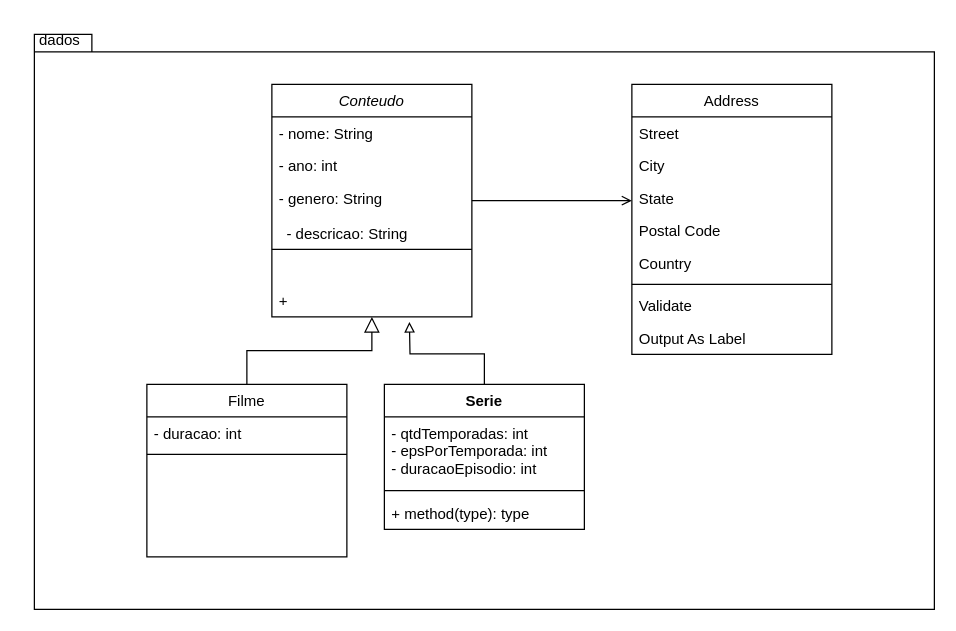
The draw.io diagram trabalhoPOO.drawio in ViniciusHansen/diagramas, before the edit. Source tidied: cells renumbered, new cells numbered last; positions are measured from the earlier drawing's top-left corner, leaving out a move shared by most shapes. Both pictures are drawn from the tidied source at 125%, with x=0, y=0 at pixel (21, 21).
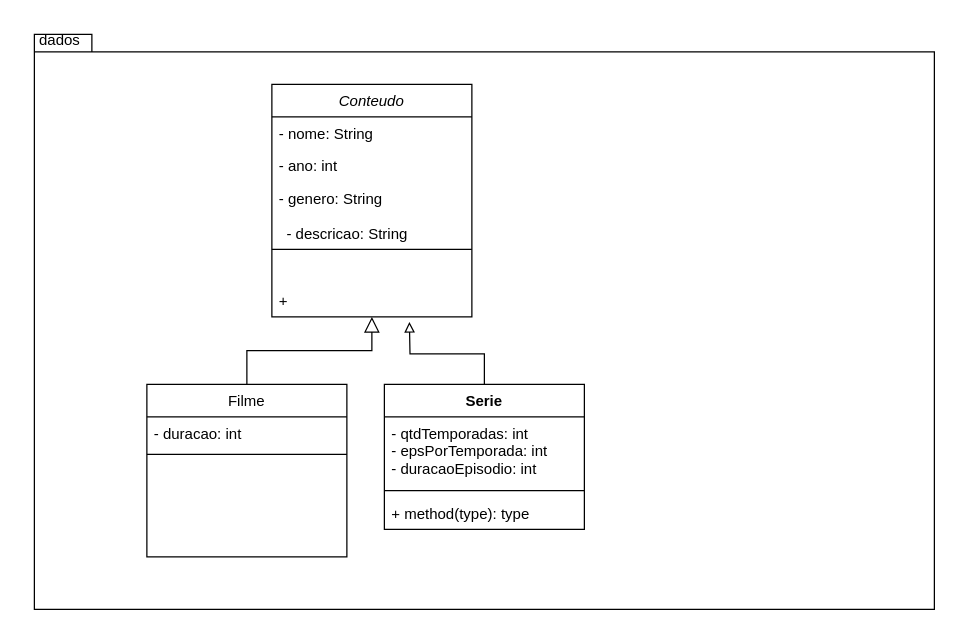
The same diagram, later.

Unchanged cells that the change refers to:
```xml
<mxCell id="3" value="Conteudo" style="swimlane;fontStyle=2;align=center;verticalAlign=top;horizontal=1;startSize=26;rounded=0;shadow=0;strokeWidth=1;" parent="1" vertex="1">
  <mxGeometry x="200" y="50" width="160" height="186" as="geometry" />
</mxCell>
```

Change to the diagram source:
```diff
@@
-    <mxCell id="13" value="Address" style="swimlane;fontStyle=0;align=center;verticalAlign=top;horizontal=1;startSize=26;rounded=0;shadow=0;strokeWidth=1;" parent="1" vertex="1">
-      <mxGeometry x="488" y="50" width="160" height="216" as="geometry" />
-    </mxCell>
-    <mxCell id="14" value="Street" style="text;align=left;verticalAlign=top;spacingLeft=4;spacingRight=4;overflow=hidden;" parent="13" vertex="1">
-      <mxGeometry y="26" width="160" height="26" as="geometry" />
-    </mxCell>
-    <mxCell id="15" value="City" style="text;align=left;verticalAlign=top;spacingLeft=4;spacingRight=4;overflow=hidden;rounded=0;shadow=0;html=0;" parent="13" vertex="1">
-      <mxGeometry y="52" width="160" height="26" as="geometry" />
-    </mxCell>
-    <mxCell id="16" value="State" style="text;align=left;verticalAlign=top;spacingLeft=4;spacingRight=4;overflow=hidden;rounded=0;shadow=0;html=0;" parent="13" vertex="1">
-      <mxGeometry y="78" width="160" height="26" as="geometry" />
-    </mxCell>
-    <mxCell id="17" value="Postal Code" style="text;align=left;verticalAlign=top;spacingLeft=4;spacingRight=4;overflow=hidden;rounded=0;shadow=0;html=0;" parent="13" vertex="1">
-      <mxGeometry y="104" width="160" height="26" as="geometry" />
-    </mxCell>
-    <mxCell id="18" value="Country" style="text;align=left;verticalAlign=top;spacingLeft=4;spacingRight=4;overflow=hidden;rounded=0;shadow=0;html=0;" parent="13" vertex="1">
-      <mxGeometry y="130" width="160" height="26" as="geometry" />
-    </mxCell>
-    <mxCell id="19" style="line;html=1;strokeWidth=1;align=left;verticalAlign=middle;spacingTop=-1;spacingLeft=3;spacingRight=3;labelPosition=right;" parent="13" vertex="1">
-      <mxGeometry y="156" width="160" height="8" as="geometry" />
-    </mxCell>
-    <mxCell id="20" value="Validate" style="text;align=left;verticalAlign=top;spacingLeft=4;spacingRight=4;overflow=hidden;" parent="13" vertex="1">
-      <mxGeometry y="164" width="160" height="26" as="geometry" />
-    </mxCell>
-    <mxCell id="21" value="Output As Label" style="text;align=left;verticalAlign=top;spacingLeft=4;spacingRight=4;overflow=hidden;" parent="13" vertex="1">
-      <mxGeometry y="190" width="160" height="26" as="geometry" />
-    </mxCell>
-    <mxCell id="22" style="endArrow=open;shadow=0;strokeWidth=1;rounded=0;endFill=1;edgeStyle=elbowEdgeStyle;elbow=vertical;" parent="1" edge="1" source="3" target="13">
-      <mxGeometry x="0.5" y="41" relative="1" as="geometry">
-        <mxPoint x="-40" y="32" as="offset" />
-      </mxGeometry>
-    </mxCell>
```
